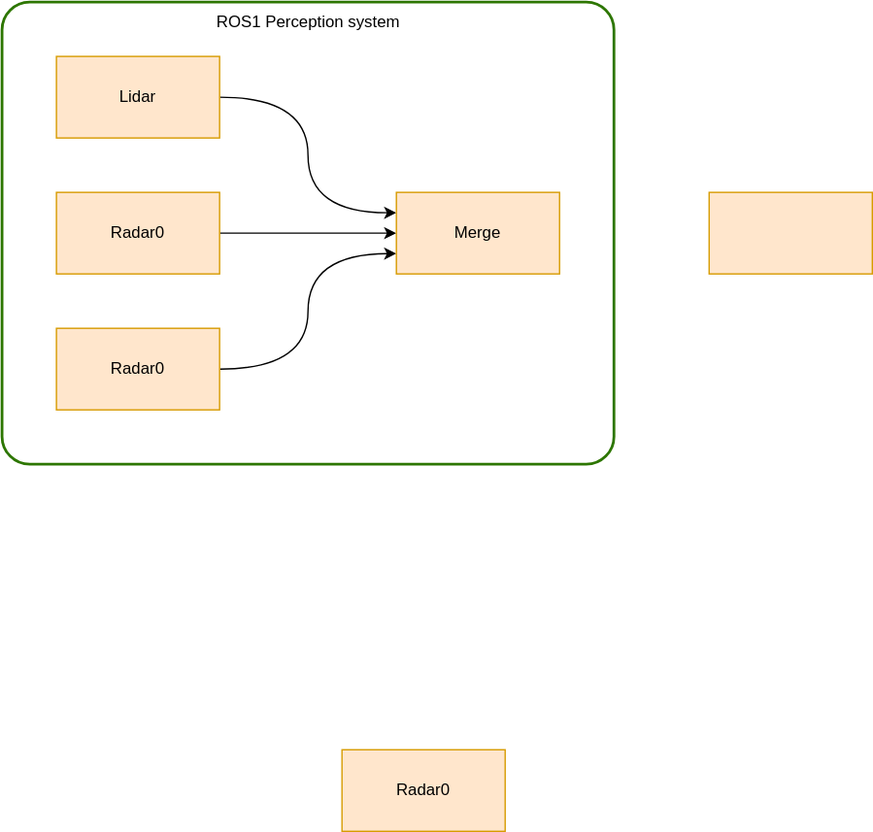
didriknr/Master-thesis-Didrik-Robsrud keeps this draw.io diagram as Figures/draw.io/BlockDiagramOverwiev.drawio.svg. Above is the earlier version. Source tidied: cells renumbered, new cells last; positions are measured from the earlier drawing's top-left corner, leaving out a move shared by most shapes. The source it was exported from:
```xml
<mxGraphModel>
  <root>
    <mxCell id="0" />
    <mxCell id="1" parent="0" />
    <mxCell id="2" style="rounded=1;whiteSpace=wrap;html=1;fillColor=none;fontColor=#ffffff;strokeColor=#2D7600;strokeWidth=2;arcSize=6;" parent="1" vertex="1">
      <mxGeometry width="450" height="340" as="geometry" />
    </mxCell>
    <mxCell id="3" style="edgeStyle=orthogonalEdgeStyle;curved=1;rounded=0;jettySize=auto;html=1;" parent="1" edge="1" source="4" target="10">
      <mxGeometry relative="1" as="geometry" />
    </mxCell>
    <mxCell id="4" value="Radar0" style="rounded=0;whiteSpace=wrap;html=1;fillColor=#ffe6cc;strokeColor=#d79b00;" parent="1" vertex="1">
      <mxGeometry x="40" y="140" width="120" height="60" as="geometry" />
    </mxCell>
    <mxCell id="5" style="edgeStyle=orthogonalEdgeStyle;curved=1;rounded=0;jettySize=auto;html=1;entryX=0;entryY=0.75;entryDx=0;entryDy=0;" parent="1" edge="1" source="6" target="10">
      <mxGeometry relative="1" as="geometry" />
    </mxCell>
    <mxCell id="6" value="Radar0" style="rounded=0;whiteSpace=wrap;html=1;fillColor=#ffe6cc;strokeColor=#d79b00;" parent="1" vertex="1">
      <mxGeometry x="40" y="240" width="120" height="60" as="geometry" />
    </mxCell>
    <mxCell id="7" style="edgeStyle=orthogonalEdgeStyle;curved=1;rounded=0;jettySize=auto;html=1;entryX=0;entryY=0.25;entryDx=0;entryDy=0;" parent="1" edge="1" source="8" target="10">
      <mxGeometry relative="1" as="geometry" />
    </mxCell>
    <mxCell id="8" value="Lidar" style="rounded=0;whiteSpace=wrap;html=1;fillColor=#ffe6cc;strokeColor=#d79b00;" parent="1" vertex="1">
      <mxGeometry x="40" y="40" width="120" height="60" as="geometry" />
    </mxCell>
    <mxCell id="9" value="Radar0" style="rounded=0;whiteSpace=wrap;html=1;fillColor=#ffe6cc;strokeColor=#d79b00;" parent="1" vertex="1">
      <mxGeometry x="250" y="550" width="120" height="60" as="geometry" />
    </mxCell>
    <mxCell id="10" value="Merge" style="rounded=0;whiteSpace=wrap;html=1;fillColor=#ffe6cc;strokeColor=#d79b00;" parent="1" vertex="1">
      <mxGeometry x="290" y="140" width="120" height="60" as="geometry" />
    </mxCell>
    <mxCell id="11" style="rounded=0;whiteSpace=wrap;html=1;fillColor=#ffe6cc;strokeColor=#d79b00;" parent="1" vertex="1">
      <mxGeometry x="520" y="140" width="120" height="60" as="geometry" />
    </mxCell>
    <mxCell id="12" value="ROS1 Perception system" style="text;html=1;align=center;verticalAlign=middle;strokeColor=none;fillColor=none;" parent="1" vertex="1">
      <mxGeometry x="145" width="160" height="30" as="geometry" />
    </mxCell>
  </root>
</mxGraphModel>
```
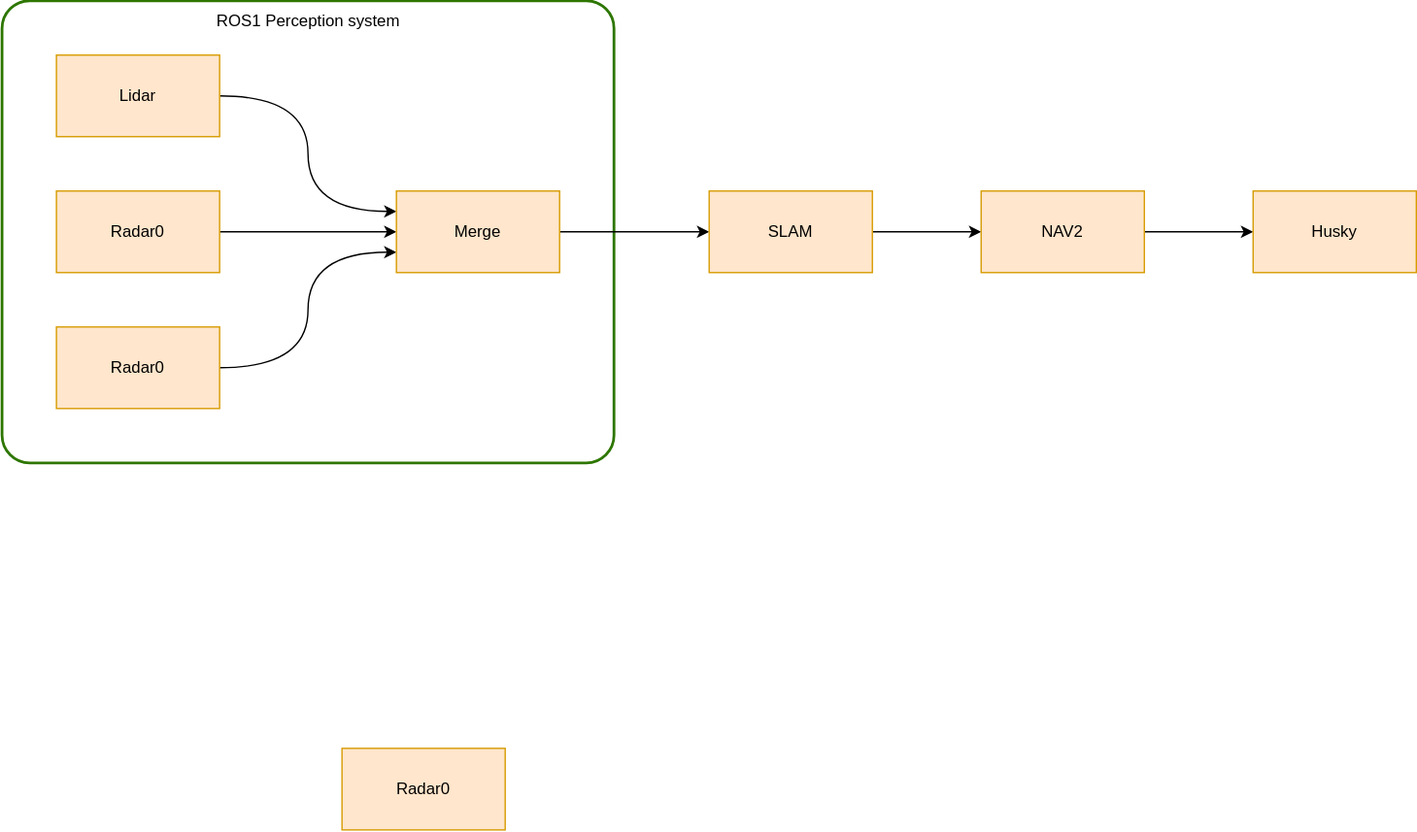
Later version of the same file.

The edit, as a diff of the source:
```diff
@@ -26,14 +26,29 @@
     <mxCell id="9" value="Radar0" style="rounded=0;whiteSpace=wrap;html=1;fillColor=#ffe6cc;strokeColor=#d79b00;" parent="1" vertex="1">
       <mxGeometry x="250" y="550" width="120" height="60" as="geometry" />
     </mxCell>
+    <mxCell id="13" style="edgeStyle=orthogonalEdgeStyle;curved=1;rounded=0;jettySize=auto;html=1;" parent="1" edge="1" source="10" target="11">
+      <mxGeometry relative="1" as="geometry" />
+    </mxCell>
     <mxCell id="10" value="Merge" style="rounded=0;whiteSpace=wrap;html=1;fillColor=#ffe6cc;strokeColor=#d79b00;" parent="1" vertex="1">
       <mxGeometry x="290" y="140" width="120" height="60" as="geometry" />
     </mxCell>
+    <mxCell id="14" style="edgeStyle=orthogonalEdgeStyle;curved=1;rounded=0;jettySize=auto;html=1;entryX=0;entryY=0.5;entryDx=0;entryDy=0;" parent="1" edge="1" source="11" target="16">
+      <mxGeometry relative="1" as="geometry" />
+    </mxCell>
-    <mxCell id="11" style="rounded=0;whiteSpace=wrap;html=1;fillColor=#ffe6cc;strokeColor=#d79b00;" parent="1" vertex="1">
+    <mxCell id="11" value="SLAM" style="rounded=0;whiteSpace=wrap;html=1;fillColor=#ffe6cc;strokeColor=#d79b00;" parent="1" vertex="1">
       <mxGeometry x="520" y="140" width="120" height="60" as="geometry" />
     </mxCell>
     <mxCell id="12" value="ROS1 Perception system" style="text;html=1;align=center;verticalAlign=middle;strokeColor=none;fillColor=none;" parent="1" vertex="1">
       <mxGeometry x="145" width="160" height="30" as="geometry" />
     </mxCell>
+    <mxCell id="15" style="edgeStyle=orthogonalEdgeStyle;curved=1;rounded=0;jettySize=auto;html=1;" parent="1" edge="1" source="16" target="17">
+      <mxGeometry relative="1" as="geometry" />
+    </mxCell>
+    <mxCell id="16" value="NAV2" style="rounded=0;whiteSpace=wrap;html=1;fillColor=#ffe6cc;strokeColor=#d79b00;" parent="1" vertex="1">
+      <mxGeometry x="720" y="140" width="120" height="60" as="geometry" />
+    </mxCell>
+    <mxCell id="17" value="Husky" style="rounded=0;whiteSpace=wrap;html=1;fillColor=#ffe6cc;strokeColor=#d79b00;" parent="1" vertex="1">
+      <mxGeometry x="920" y="140" width="120" height="60" as="geometry" />
+    </mxCell>
   </root>
 </mxGraphModel>
```
